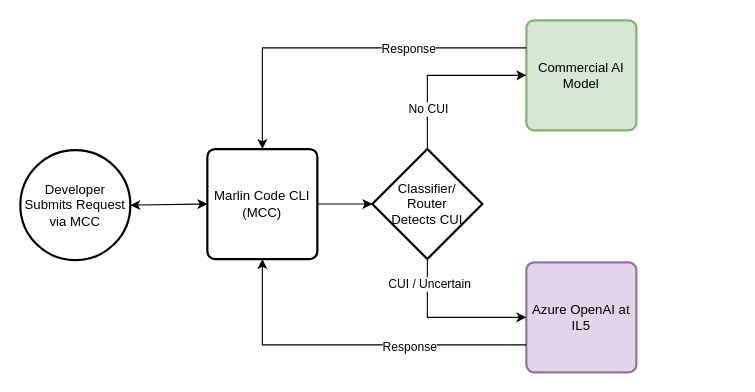
Above: Diagrams/MCC_Routing_Architecture_Pilot.drawio in MacG70/Marlin_Code_CLI (draw.io), before the change. Source tidied: cells renumbered, new cells numbered last; positions are measured from the earlier drawing's top-left corner, leaving out a move shared by most shapes. Both pictures are drawn from the tidied source at 110%, with x=0, y=0 at pixel (20, 20).
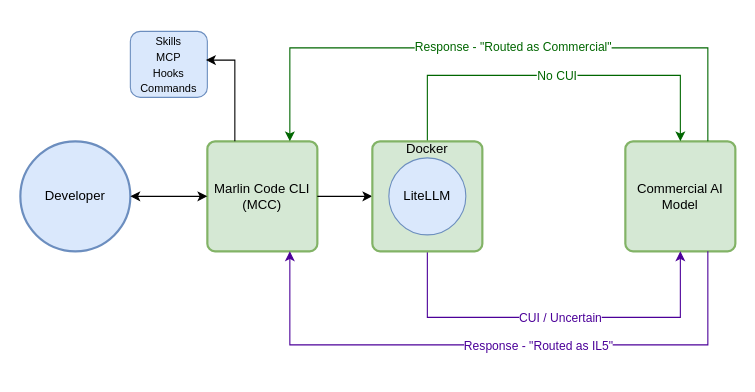
The same diagram, later.

What changed in the source:
```diff
@@
-    <mxCell id="2" value="Developer Submits Request via MCC" style="strokeWidth=2;html=1;shape=mxgraph.flowchart.start_2;whiteSpace=wrap;" parent="1" vertex="1">
-      <mxGeometry y="118" width="100" height="100" as="geometry" />
+    <mxCell id="2" value="Developer" style="strokeWidth=2;html=1;shape=mxgraph.flowchart.start_2;whiteSpace=wrap;fillColor=#dae8fc;strokeColor=#6c8ebf;" parent="1" vertex="1">
+      <mxGeometry y="110" width="100" height="100" as="geometry" />
     </mxCell>
-    <mxCell id="3" value="Marlin Code CLI (MCC)" style="rounded=1;whiteSpace=wrap;html=1;absoluteArcSize=1;arcSize=14;strokeWidth=2;" parent="1" vertex="1">
-      <mxGeometry x="170" y="117" width="100" height="100" as="geometry" />
+    <mxCell id="3" value="Marlin Code CLI (MCC)" style="rounded=1;whiteSpace=wrap;html=1;absoluteArcSize=1;arcSize=14;strokeWidth=2;fillColor=#d5e8d4;strokeColor=#82b366;" parent="1" vertex="1">
+      <mxGeometry x="170" y="110" width="100" height="100" as="geometry" />
     </mxCell>
     <mxCell id="4" value="Commercial AI Model" style="rounded=1;whiteSpace=wrap;html=1;absoluteArcSize=1;arcSize=14;strokeWidth=2;fillColor=#d5e8d4;strokeColor=#82b366;" parent="1" vertex="1">
-      <mxGeometry x="460" width="100" height="100" as="geometry" />
+      <mxGeometry x="550" y="110" width="100" height="100" as="geometry" />
     </mxCell>
-    <mxCell id="5" value="Classifier/&lt;br&gt;Router&lt;div&gt;Detects CUI&lt;/div&gt;" style="strokeWidth=2;html=1;shape=mxgraph.flowchart.decision;whiteSpace=wrap;" parent="1" vertex="1">
-      <mxGeometry x="320" y="117" width="100" height="100" as="geometry" />
-    </mxCell>
-    <mxCell id="6" value="Azure OpenAI at IL5" style="rounded=1;whiteSpace=wrap;html=1;absoluteArcSize=1;arcSize=14;strokeWidth=2;fillColor=#e1d5e7;strokeColor=#9673a6;" parent="1" vertex="1">
-      <mxGeometry x="460" y="220" width="100" height="100" as="geometry" />
-    </mxCell>
-    <mxCell id="7" style="endArrow=classic;html=1;rounded=0;exitX=1;exitY=0.5;exitDx=0;exitDy=0;entryX=0;entryY=0.5;entryDx=0;entryDy=0;entryPerimeter=0;" parent="1" edge="1" source="3" target="5">
+    <mxCell id="7" style="endArrow=classic;html=1;rounded=0;exitX=1;exitY=0.5;exitDx=0;exitDy=0;entryX=0;entryY=0.5;entryDx=0;entryDy=0;" parent="1" edge="1" source="3" target="17">
       <mxGeometry relative="1" as="geometry" />
     </mxCell>
-    <mxCell id="8" style="endArrow=classic;html=1;rounded=0;entryX=0;entryY=0.5;entryDx=0;entryDy=0;exitX=0.5;exitY=1;exitDx=0;exitDy=0;exitPerimeter=0;" parent="1" edge="1" source="5" target="6">
+    <mxCell id="8" style="endArrow=classic;html=1;rounded=0;entryX=0.5;entryY=1;entryDx=0;entryDy=0;exitX=0.5;exitY=1;exitDx=0;exitDy=0;strokeColor=#4C0099;" parent="1" edge="1" source="17" target="4">
       <mxGeometry relative="1" as="geometry">
         <Array as="points">
           <mxPoint x="370" y="270" />
+          <mxPoint x="600" y="270" />
         </Array>
       </mxGeometry>
     </mxCell>
-    <mxCell id="9" value="CUI / Uncertain" style="edgeLabel;html=1;align=center;verticalAlign=middle;" parent="8" vertex="1">
-      <mxGeometry x="-0.69" y="1" relative="1" as="geometry" />
+    <mxCell id="9" value="CUI / Uncertain" style="edgeLabel;html=1;align=center;verticalAlign=middle;fontColor=#4C0099;" parent="8" vertex="1">
+      <mxGeometry x="-0.69" y="1" relative="1" as="geometry">
+        <mxPoint x="119" y="6" as="offset" />
+      </mxGeometry>
     </mxCell>
-    <mxCell id="10" style="endArrow=classic;html=1;rounded=0;exitX=0.5;exitY=0;exitDx=0;exitDy=0;exitPerimeter=0;entryX=0;entryY=0.5;entryDx=0;entryDy=0;" parent="1" edge="1" source="5" target="4">
+    <mxCell id="10" style="endArrow=classic;html=1;rounded=0;exitX=0.5;exitY=0;exitDx=0;exitDy=0;entryX=0.5;entryY=0;entryDx=0;entryDy=0;strokeColor=#006600;" parent="1" edge="1" source="17" target="4">
       <mxGeometry relative="1" as="geometry">
         <Array as="points">
           <mxPoint x="370" y="50" />
+          <mxPoint x="600" y="50" />
         </Array>
       </mxGeometry>
     </mxCell>
-    <mxCell id="11" value="No CUI" style="edgeLabel;html=1;align=center;verticalAlign=middle;" parent="10" vertex="1">
+    <mxCell id="11" value="No CUI" style="edgeLabel;html=1;align=center;verticalAlign=middle;fontColor=#006600;" parent="10" vertex="1">
       <mxGeometry x="-0.29" y="1" relative="1" as="geometry">
-        <mxPoint x="1" y="19" as="offset" />
+        <mxPoint x="53" y="1" as="offset" />
       </mxGeometry>
     </mxCell>
-    <mxCell id="12" style="endArrow=classic;html=1;rounded=0;entryX=0.5;entryY=0;entryDx=0;entryDy=0;exitX=0;exitY=0.25;exitDx=0;exitDy=0;" parent="1" edge="1" source="4" target="3">
+    <mxCell id="12" style="endArrow=classic;html=1;rounded=0;entryX=0.75;entryY=0;entryDx=0;entryDy=0;exitX=0.75;exitY=0;exitDx=0;exitDy=0;strokeColor=#006600;" parent="1" edge="1" source="4" target="3">
       <mxGeometry relative="1" as="geometry">
         <Array as="points">
-          <mxPoint x="220" y="25" />
+          <mxPoint x="625" y="25" />
+          <mxPoint x="245" y="25" />
         </Array>
       </mxGeometry>
     </mxCell>
-    <mxCell id="13" value="Response" style="edgeLabel;html=1;align=center;verticalAlign=middle;" parent="12" vertex="1">
-      <mxGeometry x="-0.35" y="1" relative="1" as="geometry" />
+    <mxCell id="13" value="Response - &quot;Routed as Commercial&quot;" style="edgeLabel;html=1;align=center;verticalAlign=middle;fontColor=#006600;" parent="12" vertex="1">
+      <mxGeometry x="-0.35" y="1" relative="1" as="geometry">
+        <mxPoint x="-84" y="-3" as="offset" />
+      </mxGeometry>
     </mxCell>
-    <mxCell id="14" style="endArrow=classic;html=1;rounded=0;entryX=0.5;entryY=1;entryDx=0;entryDy=0;exitX=0;exitY=0.75;exitDx=0;exitDy=0;" parent="1" edge="1" source="6" target="3">
+    <mxCell id="14" style="endArrow=classic;html=1;rounded=0;entryX=0.75;entryY=1;entryDx=0;entryDy=0;exitX=0.75;exitY=1;exitDx=0;exitDy=0;strokeColor=#4C0099;" parent="1" edge="1" source="4" target="3">
       <mxGeometry relative="1" as="geometry">
         <Array as="points">
-          <mxPoint x="220" y="295" />
+          <mxPoint x="625" y="295" />
+          <mxPoint x="245" y="295" />
         </Array>
       </mxGeometry>
     </mxCell>
-    <mxCell id="15" value="Response" style="edgeLabel;html=1;align=center;verticalAlign=middle;" parent="14" vertex="1">
-      <mxGeometry x="-0.33" y="1" relative="1" as="geometry" />
+    <mxCell id="15" value="Response - &quot;Routed as IL5&quot;" style="edgeLabel;html=1;align=center;verticalAlign=middle;fontColor=#4C0099;" parent="14" vertex="1">
+      <mxGeometry x="-0.33" y="1" relative="1" as="geometry">
+        <mxPoint x="-56" y="-1" as="offset" />
+      </mxGeometry>
     </mxCell>
@@
+    <mxCell id="17" value="Docker&lt;div&gt;&lt;br&gt;&lt;/div&gt;&lt;div&gt;&lt;br&gt;&lt;/div&gt;&lt;div&gt;&lt;br&gt;&lt;/div&gt;&lt;div&gt;&lt;br&gt;&lt;/div&gt;&lt;div&gt;&lt;br&gt;&lt;/div&gt;&lt;div&gt;&lt;br&gt;&lt;/div&gt;" style="rounded=1;whiteSpace=wrap;html=1;absoluteArcSize=1;arcSize=14;strokeWidth=2;fillColor=#d5e8d4;strokeColor=#82b366;" parent="1" vertex="1">
+      <mxGeometry x="320" y="110" width="100" height="100" as="geometry" />
+    </mxCell>
+    <mxCell id="18" value="LiteLLM" style="ellipse;whiteSpace=wrap;html=1;fillColor=#dae8fc;strokeColor=#6c8ebf;" parent="1" vertex="1">
+      <mxGeometry x="335" y="125" width="70" height="70" as="geometry" />
+    </mxCell>
+    <mxCell id="19" value="&lt;font style=&quot;font-size: 10px;&quot;&gt;Skills&lt;/font&gt;&lt;div&gt;&lt;font style=&quot;font-size: 10px;&quot;&gt;MCP&lt;/font&gt;&lt;/div&gt;&lt;div&gt;&lt;font style=&quot;font-size: 10px;&quot;&gt;Hooks&lt;/font&gt;&lt;/div&gt;&lt;div&gt;&lt;font style=&quot;font-size: 10px;&quot;&gt;Commands&lt;/font&gt;&lt;/div&gt;" style="rounded=1;whiteSpace=wrap;html=1;fillColor=#dae8fc;strokeColor=#6c8ebf;" parent="1" vertex="1">
+      <mxGeometry x="100" y="10" width="70" height="60" as="geometry" />
+    </mxCell>
+    <mxCell id="20" style="endArrow=classic;html=1;rounded=0;exitX=0.25;exitY=0;exitDx=0;exitDy=0;entryX=0.982;entryY=0.436;entryDx=0;entryDy=0;entryPerimeter=0;" parent="1" edge="1" source="3" target="19">
+      <mxGeometry relative="1" as="geometry">
+        <Array as="points">
+          <mxPoint x="195" y="36" />
+        </Array>
+      </mxGeometry>
+    </mxCell>
```
